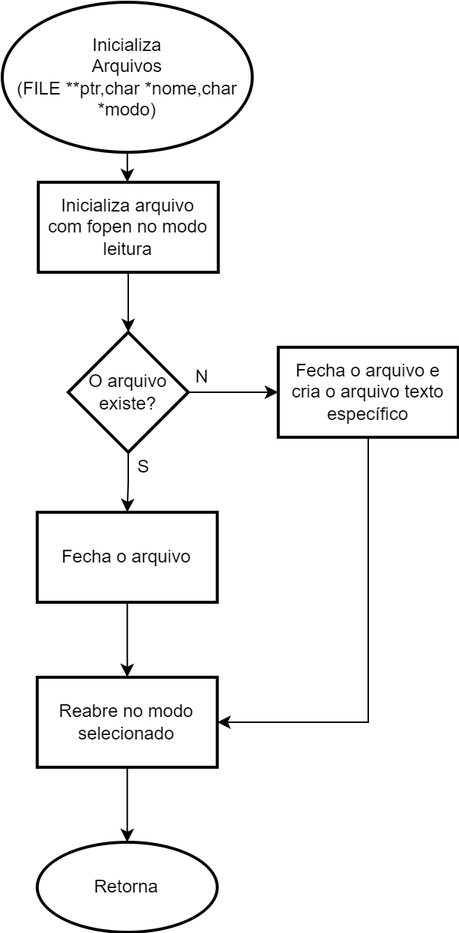
riquetret/Mania-Filmes keeps this draw.io diagram as Fluxograma/inicializa_arquivos.png. Above is the earlier version. Source tidied: cells renumbered, new cells last; positions are measured from the earlier drawing's top-left corner, leaving out a move shared by most shapes.
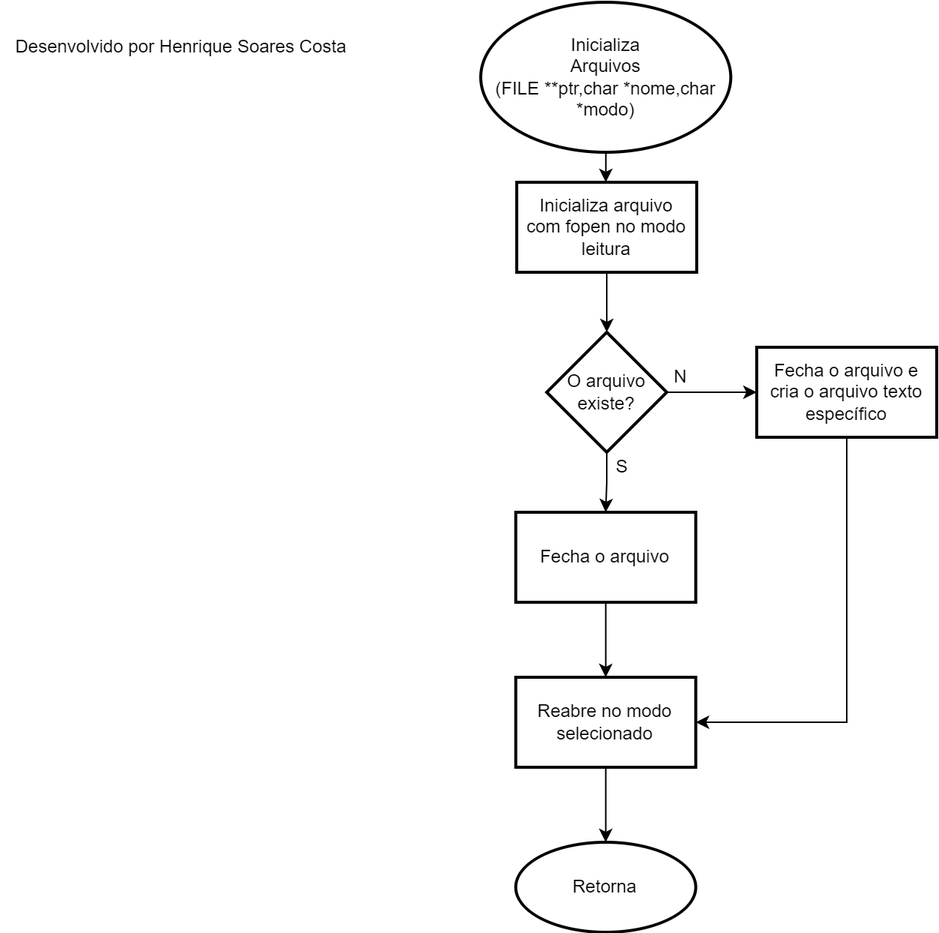
After the change.

The edit, as a diff of the source:
```diff
@@ -50,5 +50,8 @@
     <mxCell id="17" value="Retorna" style="ellipse;whiteSpace=wrap;html=1;strokeWidth=2;" parent="1" vertex="1">
       <mxGeometry x="23.3" y="560" width="120" height="60" as="geometry" />
     </mxCell>
+    <mxCell id="18" value="Desenvolvido por Henrique Soares Costa" style="text;html=1;align=center;verticalAlign=middle;strokeColor=none;fillColor=none;" parent="1" vertex="1">
+      <mxGeometry x="-320" y="20" width="240" height="20" as="geometry" />
+    </mxCell>
   </root>
 </mxGraphModel>
```
